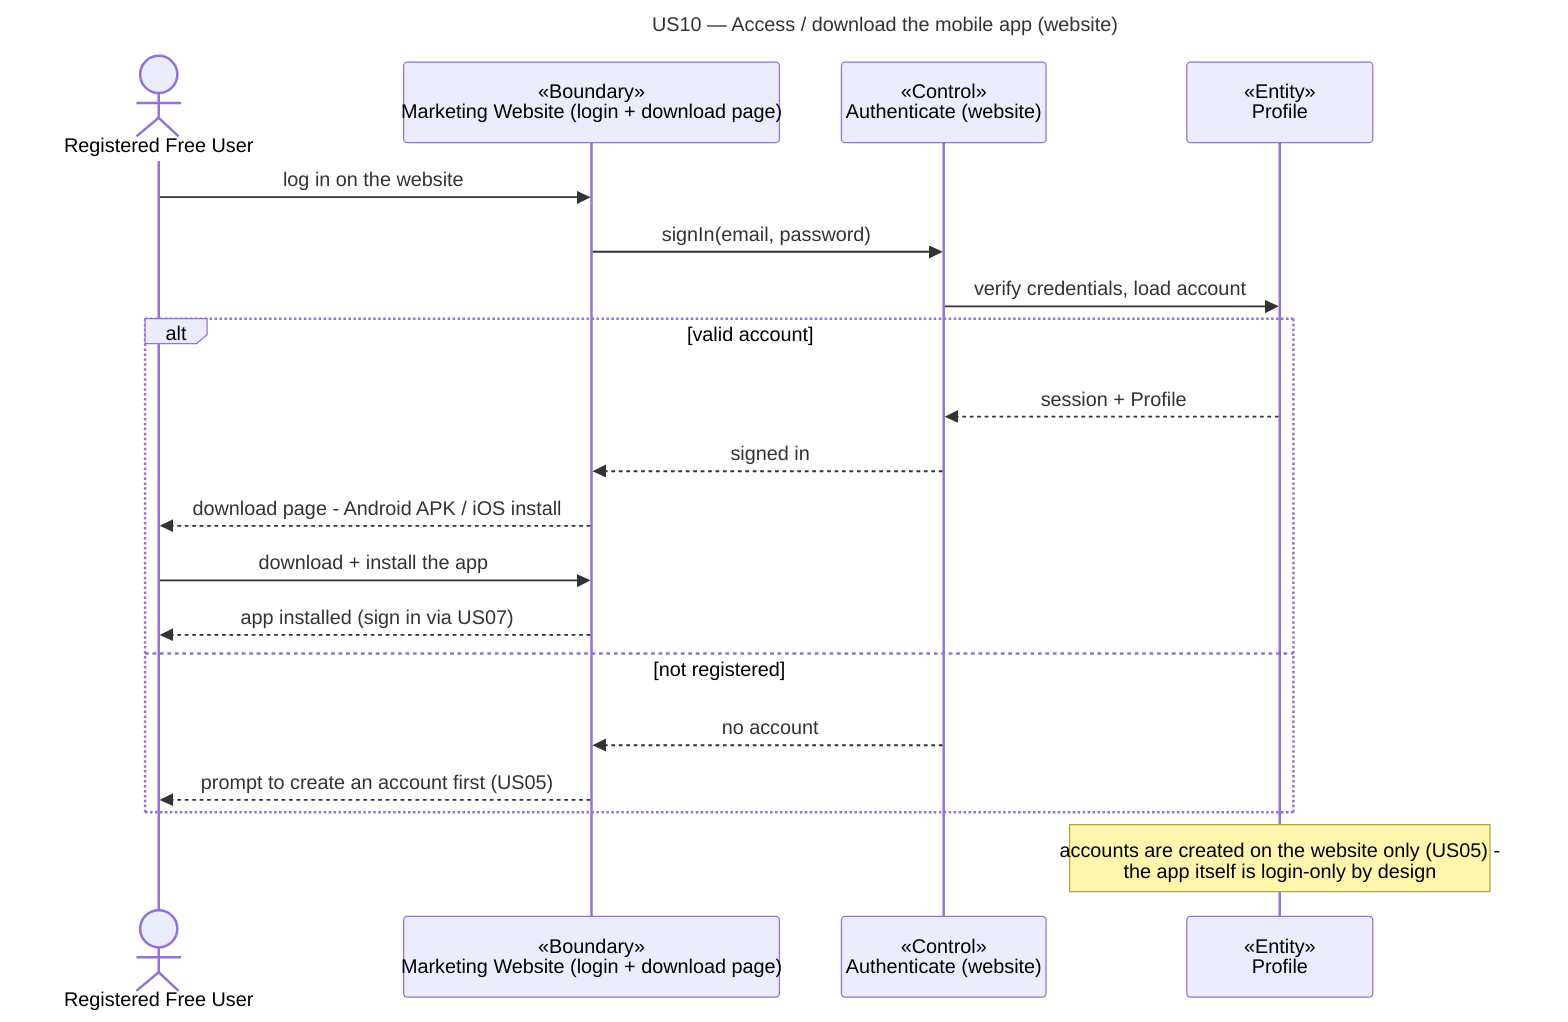
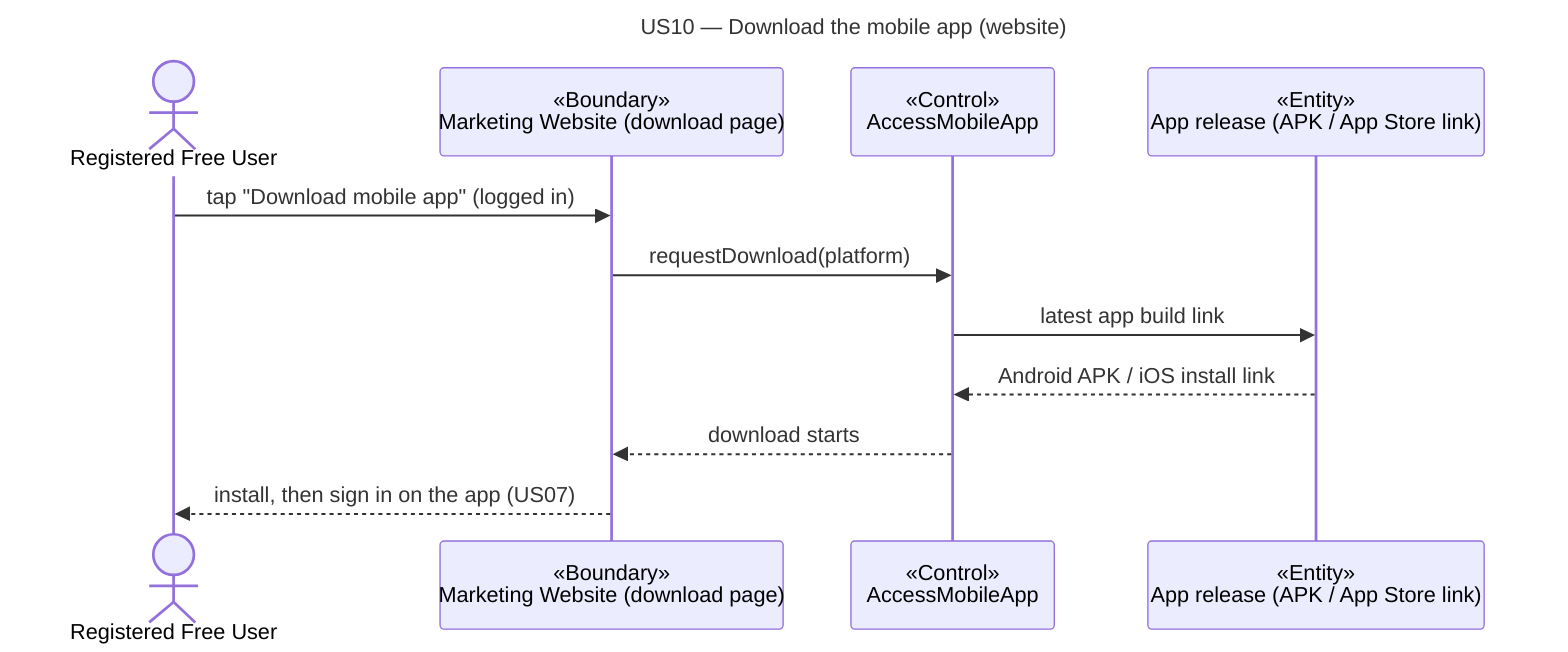
---
- title: "US10 — Access / download the mobile app (website)"
+ title: "US10 — Download the mobile app (website)"
---
sequenceDiagram
  actor A as Registered Free User
-   participant B as «Boundary»<br/>Marketing Website (login + download page)
-   participant C as «Control»<br/>Authenticate (website)
-   participant E as «Entity»<br/>Profile
-   A->>B: log in on the website
-   B->>C: signIn(email, password)
-   C->>E: verify credentials, load account
-   alt valid account
-     E-->>C: session + Profile
-     C-->>B: signed in
-     B-->>A: download page - Android APK / iOS install
-     A->>B: download + install the app
-     B-->>A: app installed (sign in via US07)
-   else not registered
-     C-->>B: no account
-     B-->>A: prompt to create an account first (US05)
-   end
-   note over E: accounts are created on the website only (US05) -<br/>the app itself is login-only by design
+   participant B as «Boundary»<br/>Marketing Website (download page)
+   participant C as «Control»<br/>AccessMobileApp
+   participant E as «Entity»<br/>App release (APK / App Store link)
+   A->>B: tap "Download mobile app" (logged in)
+   B->>C: requestDownload(platform)
+   C->>E: latest app build link
+   E-->>C: Android APK / iOS install link
+   C-->>B: download starts
+   B-->>A: install, then sign in on the app (US07)
